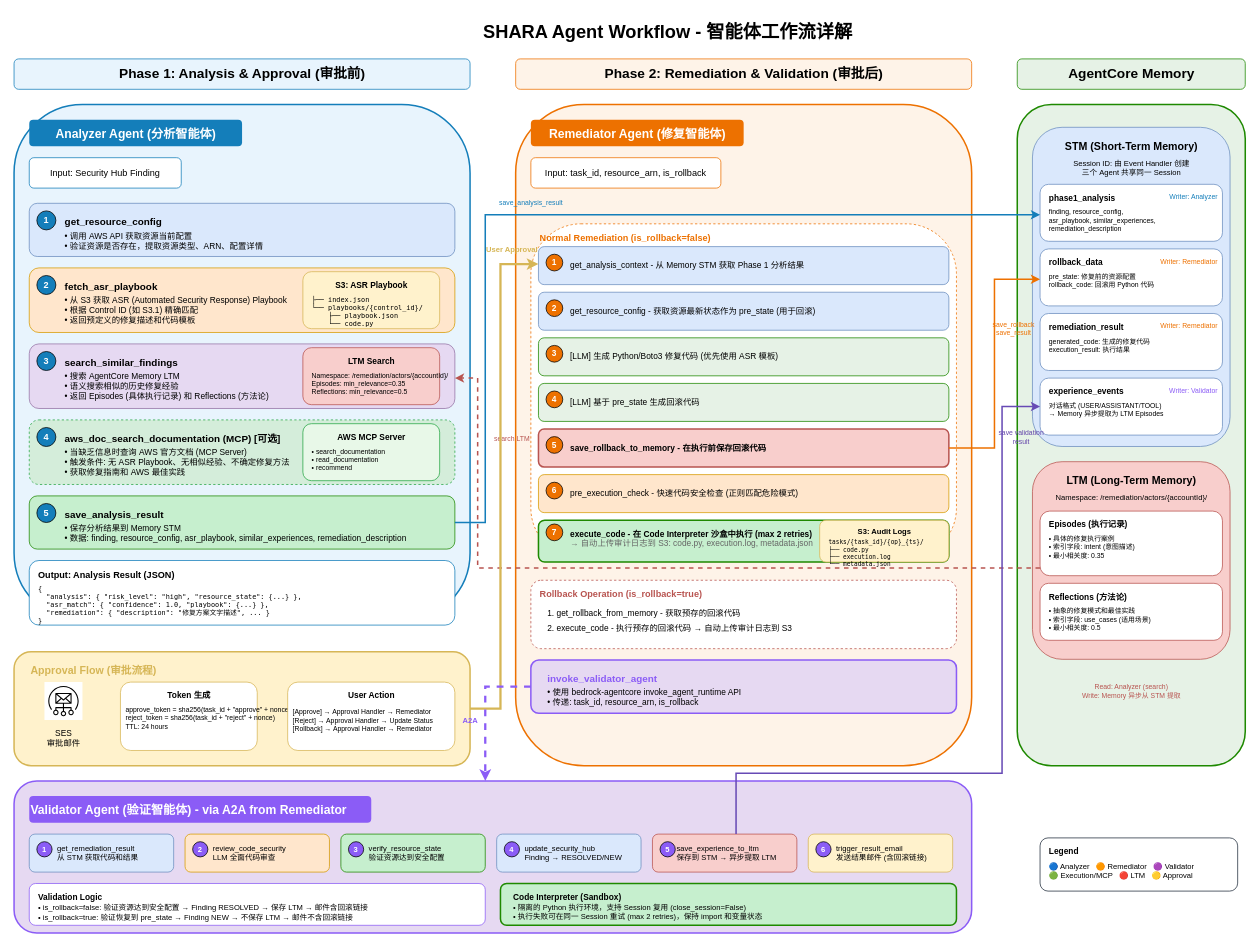
Above: agent/new_doc/shara_agent_workflow.drawio in Wyifei/awsome (draw.io), before the change. Source tidied: cells renumbered, new cells numbered last; positions are measured from the earlier drawing's top-left corner, leaving out a move shared by most shapes. Both pictures are drawn from the tidied source at 76%, with x=0, y=0 at pixel (14, 13).
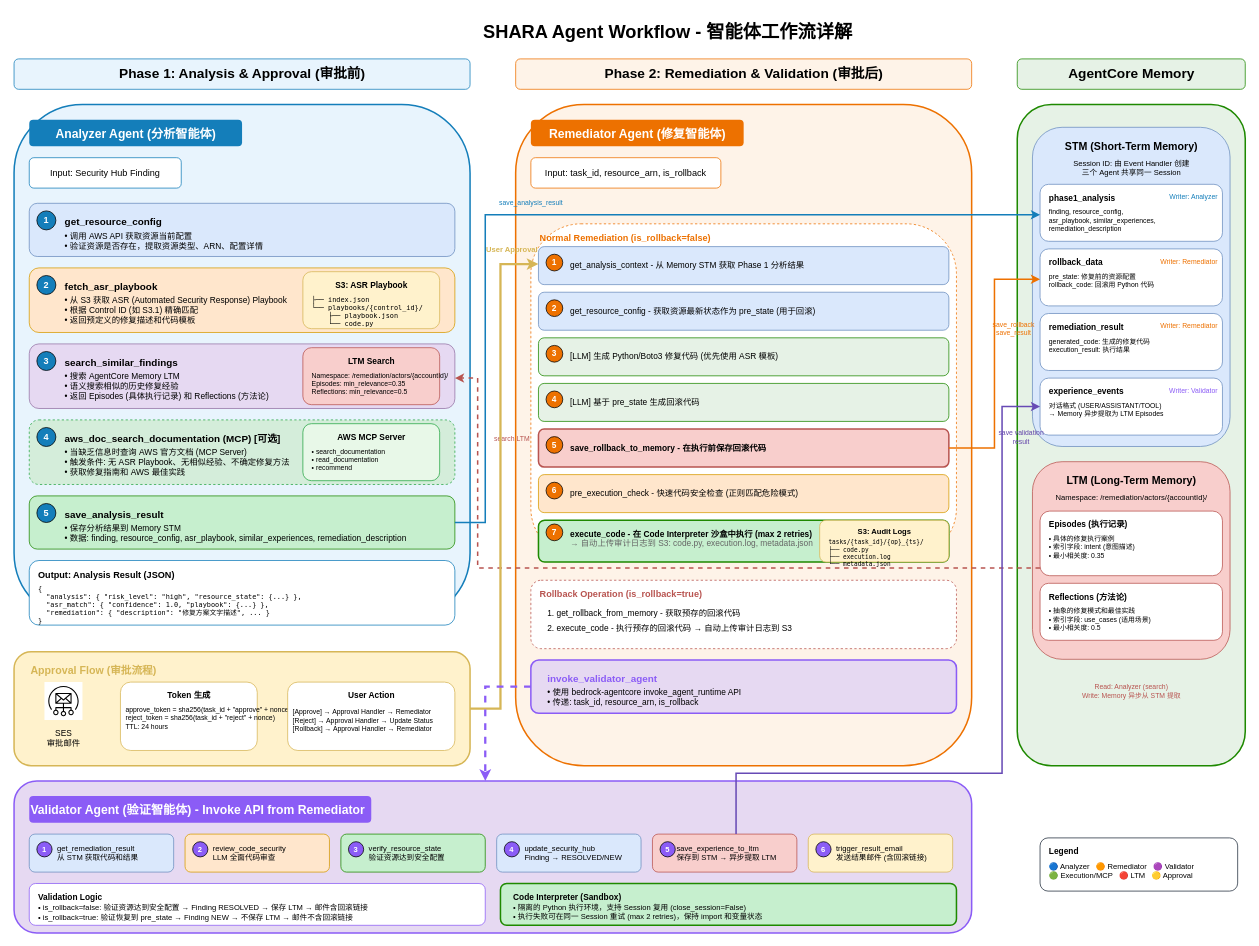
The same page after the edit.

What changed in the source:
```diff
@@
-    <mxCell id="118" value="Validator Agent (验证智能体) - via A2A from Remediator" style="text;html=1;fontSize=16;fontStyle=1;fontFamily=Noto Sans JP;align=left;verticalAlign=middle;fillColor=#8B5CF6;fontColor=#FFFFFF;rounded=1;" parent="1" vertex="1">
+    <mxCell id="118" value="Validator Agent (验证智能体) - Invoke API from Remediator" style="text;html=1;fontSize=16;fontStyle=1;fontFamily=Noto Sans JP;align=left;verticalAlign=middle;fillColor=#8B5CF6;fontColor=#FFFFFF;rounded=1;" parent="1" vertex="1">
       <mxGeometry x="20" y="1030" width="450" height="35" as="geometry" />
     </mxCell>
@@
-    <mxCell id="152" value="A2A" style="text;html=1;fontSize=10;fontStyle=1;fontFamily=Noto Sans JP;align=center;verticalAlign=middle;fontColor=#8B5CF6;" parent="1" vertex="1">
-      <mxGeometry x="580" y="920" width="40" height="20" as="geometry" />
-    </mxCell>
```
